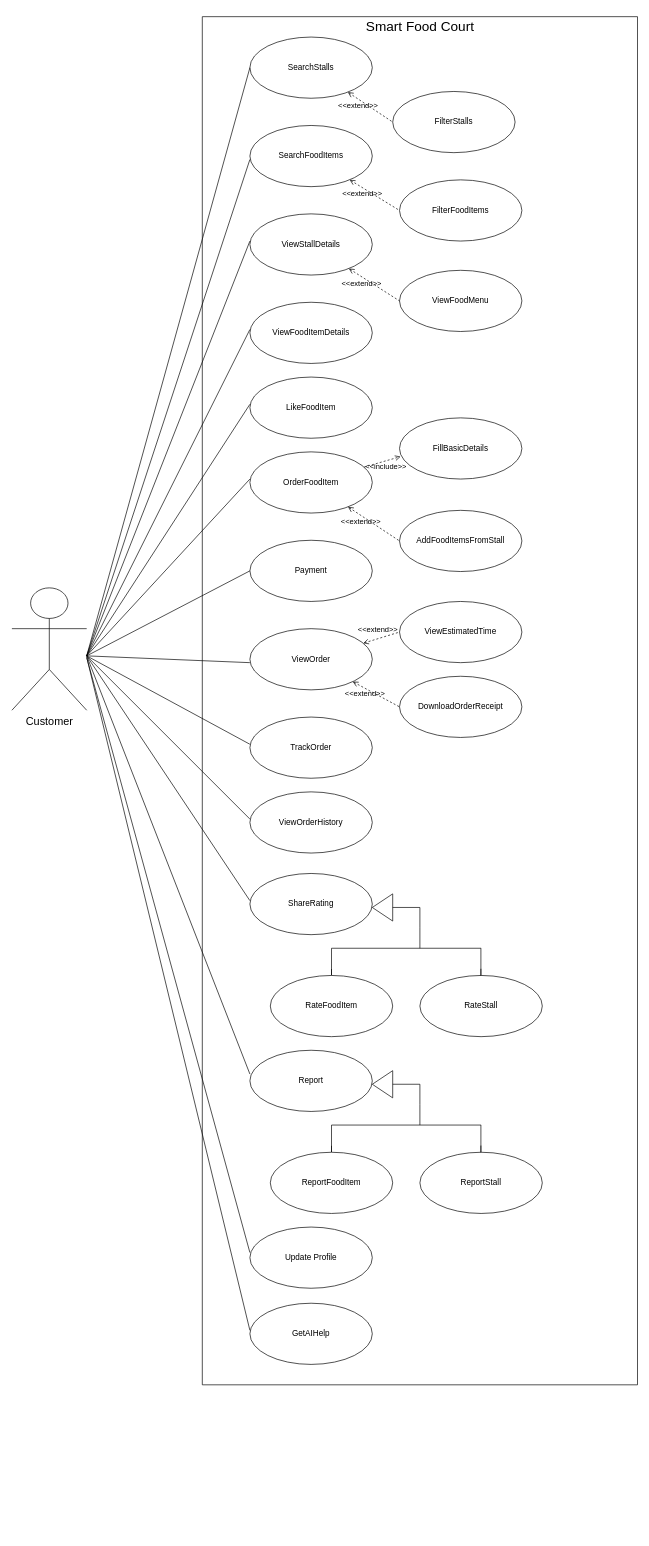
Above: page "Customer-UseCase V2" (2 of 2) of usecase/customer-usecase.drawio in arafatmansuri/SmartFoodCourt-System-Design (draw.io), before the change. Source tidied: cells renumbered, new cells numbered last; positions are measured from the earlier drawing's top-left corner, leaving out a move shared by most shapes. Both pictures are drawn from the tidied source at 68%, with x=0, y=0 at pixel (12, 12).
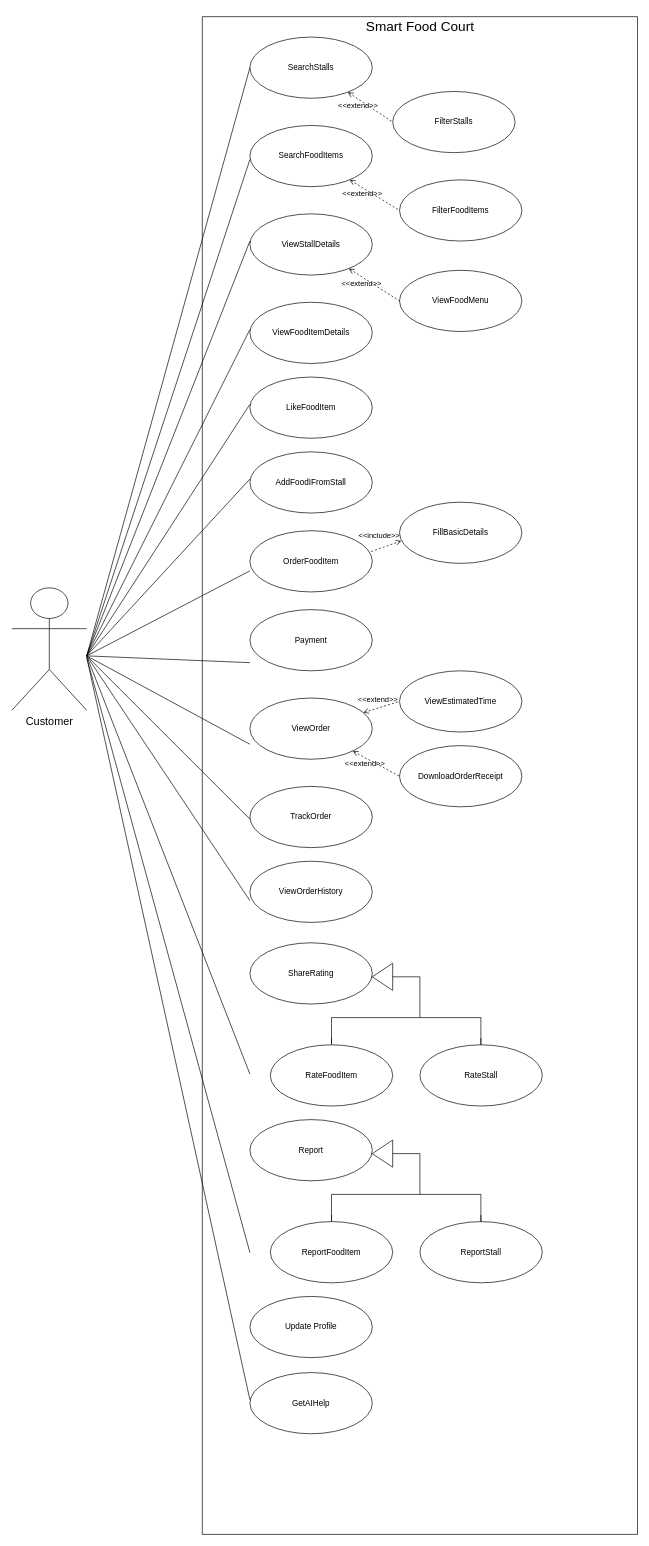
After the change.

What changed in the source:
```diff
@@
-    <mxCell id="13" value="OrderFoodItem" style="ellipse;whiteSpace=wrap;html=1;labelBackgroundColor=none;" parent="1" vertex="1">
+    <mxCell id="13" value="AddFoodIFromStall" style="ellipse;whiteSpace=wrap;html=1;labelBackgroundColor=none;" parent="1" vertex="1">
       <mxGeometry x="350" y="647" width="180" height="90" as="geometry" />
     </mxCell>
-    <mxCell id="14" value="&amp;lt;&amp;lt;extend&amp;gt;&amp;gt;" style="html=1;verticalAlign=bottom;labelBackgroundColor=none;endArrow=none;endFill=0;dashed=1;rounded=0;entryX=0;entryY=0.5;entryDx=0;entryDy=0;fontColor=default;startArrow=open;startFill=0;" parent="1" edge="1" source="13" target="15">
-      <mxGeometry x="-0.26" y="-15" relative="1" as="geometry">
-        <mxPoint x="-1" as="offset" />
-      </mxGeometry>
-    </mxCell>
-    <mxCell id="15" value="AddFoodItemsFromStall" style="ellipse;whiteSpace=wrap;html=1;labelBackgroundColor=none;" parent="1" vertex="1">
-      <mxGeometry x="570" y="733" width="180" height="90" as="geometry" />
-    </mxCell>
+    <mxCell id="26" value="LikeFoodItem" style="ellipse;whiteSpace=wrap;html=1;labelBackgroundColor=none;" parent="1" vertex="1">
+      <mxGeometry x="350" y="537" width="180" height="90" as="geometry" />
+    </mxCell>
+    <mxCell id="47" style="swimlane;startSize=0;labelBackgroundColor=none;" parent="1" vertex="1">
+      <mxGeometry x="280" y="7" width="640" height="2232" as="geometry" />
+    </mxCell>
+    <mxCell id="48" style="endArrow=none;html=1;rounded=0;jumpStyle=none;shadow=0;" parent="47" edge="1">
+      <mxGeometry relative="1" as="geometry">
+        <mxPoint x="-170" y="940" as="sourcePoint" />
+        <mxPoint x="70" y="330" as="targetPoint" />
+      </mxGeometry>
+    </mxCell>
+    <mxCell id="49" style="endArrow=none;html=1;rounded=0;jumpStyle=none;shadow=0;" parent="47" edge="1">
+      <mxGeometry relative="1" as="geometry">
+        <mxPoint x="-170" y="940" as="sourcePoint" />
+        <mxPoint x="70" y="460" as="targetPoint" />
+      </mxGeometry>
+    </mxCell>
+    <mxCell id="50" style="endArrow=none;html=1;rounded=0;jumpStyle=none;shadow=0;" parent="47" edge="1">
+      <mxGeometry relative="1" as="geometry">
+        <mxPoint x="-170" y="940" as="sourcePoint" />
+        <mxPoint x="70" y="680" as="targetPoint" />
+      </mxGeometry>
+    </mxCell>
+    <mxCell id="64" style="group;" parent="47" vertex="1">
+      <mxGeometry x="70" y="872" width="430" height="1212" as="geometry" />
+    </mxCell>
-    <mxCell id="16" value="Payment" style="ellipse;whiteSpace=wrap;html=1;labelBackgroundColor=none;" parent="1" vertex="1">
-      <mxGeometry x="350" y="777" width="180" height="90" as="geometry" />
+    <mxCell id="16" value="Payment" style="ellipse;whiteSpace=wrap;html=1;labelBackgroundColor=none;" parent="64" vertex="1">
+      <mxGeometry width="180" height="90" as="geometry" />
     </mxCell>
-    <mxCell id="17" value="ViewOrder" style="ellipse;whiteSpace=wrap;html=1;labelBackgroundColor=none;" parent="1" vertex="1">
-      <mxGeometry x="350" y="907" width="180" height="90" as="geometry" />
+    <mxCell id="17" value="ViewOrder" style="ellipse;whiteSpace=wrap;html=1;labelBackgroundColor=none;" parent="64" vertex="1">
+      <mxGeometry y="130" width="180" height="90" as="geometry" />
     </mxCell>
-    <mxCell id="18" value="&amp;lt;&amp;lt;extend&amp;gt;&amp;gt;" style="html=1;verticalAlign=bottom;labelBackgroundColor=none;endArrow=none;endFill=0;dashed=1;rounded=0;entryX=0;entryY=0.5;entryDx=0;entryDy=0;fontColor=default;startArrow=open;startFill=0;" parent="1" edge="1" source="17" target="19">
+    <mxCell id="18" value="&amp;lt;&amp;lt;extend&amp;gt;&amp;gt;" style="html=1;verticalAlign=bottom;labelBackgroundColor=none;endArrow=none;endFill=0;dashed=1;rounded=0;entryX=0;entryY=0.5;entryDx=0;entryDy=0;fontColor=default;startArrow=open;startFill=0;" parent="64" edge="1" source="17" target="19">
       <mxGeometry x="-0.26" y="-15" relative="1" as="geometry">
         <mxPoint x="-1" as="offset" />
       </mxGeometry>
     </mxCell>
-    <mxCell id="19" value="DownloadOrderReceipt" style="ellipse;whiteSpace=wrap;html=1;labelBackgroundColor=none;" parent="1" vertex="1">
-      <mxGeometry x="570" y="977" width="180" height="90" as="geometry" />
+    <mxCell id="19" value="DownloadOrderReceipt" style="ellipse;whiteSpace=wrap;html=1;labelBackgroundColor=none;" parent="64" vertex="1">
+      <mxGeometry x="220" y="200" width="180" height="90" as="geometry" />
     </mxCell>
-    <mxCell id="20" value="&amp;lt;&amp;lt;extend&amp;gt;&amp;gt;" style="html=1;verticalAlign=bottom;labelBackgroundColor=none;endArrow=none;endFill=0;dashed=1;rounded=0;entryX=0;entryY=0.5;entryDx=0;entryDy=0;fontColor=default;startArrow=open;startFill=0;" parent="1" edge="1" source="17" target="21">
+    <mxCell id="20" value="&amp;lt;&amp;lt;extend&amp;gt;&amp;gt;" style="html=1;verticalAlign=bottom;labelBackgroundColor=none;endArrow=none;endFill=0;dashed=1;rounded=0;entryX=0;entryY=0.5;entryDx=0;entryDy=0;fontColor=default;startArrow=open;startFill=0;" parent="64" edge="1" source="17" target="21">
       <mxGeometry x="-0.15" y="4" relative="1" as="geometry" />
     </mxCell>
-    <mxCell id="21" value="ViewEstimatedTime" style="ellipse;whiteSpace=wrap;html=1;labelBackgroundColor=none;" parent="1" vertex="1">
-      <mxGeometry x="570" y="867" width="180" height="90" as="geometry" />
+    <mxCell id="21" value="ViewEstimatedTime" style="ellipse;whiteSpace=wrap;html=1;labelBackgroundColor=none;" parent="64" vertex="1">
+      <mxGeometry x="220" y="90" width="180" height="90" as="geometry" />
     </mxCell>
-    <mxCell id="22" value="TrackOrder" style="ellipse;whiteSpace=wrap;html=1;labelBackgroundColor=none;" parent="1" vertex="1">
-      <mxGeometry x="350" y="1037" width="180" height="90" as="geometry" />
+    <mxCell id="22" value="TrackOrder" style="ellipse;whiteSpace=wrap;html=1;labelBackgroundColor=none;" parent="64" vertex="1">
+      <mxGeometry y="260" width="180" height="90" as="geometry" />
     </mxCell>
-    <mxCell id="23" value="ViewOrderHistory" style="ellipse;whiteSpace=wrap;html=1;labelBackgroundColor=none;" parent="1" vertex="1">
-      <mxGeometry x="350" y="1147" width="180" height="90" as="geometry" />
+    <mxCell id="23" value="ViewOrderHistory" style="ellipse;whiteSpace=wrap;html=1;labelBackgroundColor=none;" parent="64" vertex="1">
+      <mxGeometry y="370" width="180" height="90" as="geometry" />
     </mxCell>
-    <mxCell id="24" value="FillBasicDetails" style="ellipse;whiteSpace=wrap;html=1;labelBackgroundColor=none;" parent="1" vertex="1">
-      <mxGeometry x="570" y="597" width="180" height="90" as="geometry" />
-    </mxCell>
-    <mxCell id="25" value="&amp;lt;&amp;lt;include&amp;gt;&amp;gt;" style="html=1;verticalAlign=bottom;labelBackgroundColor=none;endArrow=open;endFill=0;dashed=1;rounded=0;fontColor=default;entryX=0.009;entryY=0.633;entryDx=0;entryDy=0;entryPerimeter=0;" parent="1" edge="1" source="13" target="24">
-      <mxGeometry x="0.02" y="-16" relative="1" as="geometry" />
-    </mxCell>
-    <mxCell id="26" value="LikeFoodItem" style="ellipse;whiteSpace=wrap;html=1;labelBackgroundColor=none;" parent="1" vertex="1">
-      <mxGeometry x="350" y="537" width="180" height="90" as="geometry" />
-    </mxCell>
-    <mxCell id="27" style="group;labelBackgroundColor=none;" parent="1" vertex="1">
-      <mxGeometry x="350" y="1267" width="430" height="240" as="geometry" />
+    <mxCell id="27" style="group;labelBackgroundColor=none;" parent="64" vertex="1">
+      <mxGeometry y="490" width="430" height="240" as="geometry" />
     </mxCell>
@@
-    <mxCell id="37" value="Report" style="ellipse;whiteSpace=wrap;html=1;labelBackgroundColor=none;" parent="1" vertex="1">
-      <mxGeometry x="350" y="1527" width="180" height="90" as="geometry" />
+    <mxCell id="37" value="Report" style="ellipse;whiteSpace=wrap;html=1;labelBackgroundColor=none;" parent="64" vertex="1">
+      <mxGeometry y="750" width="180" height="90" as="geometry" />
     </mxCell>
-    <mxCell id="38" style="triangle;whiteSpace=wrap;html=1;fillColor=none;direction=north;rotation=-90;labelBackgroundColor=none;" parent="1" vertex="1">
-      <mxGeometry x="525" y="1562" width="40" height="30" as="geometry" />
+    <mxCell id="38" style="triangle;whiteSpace=wrap;html=1;fillColor=none;direction=north;rotation=-90;labelBackgroundColor=none;" parent="64" vertex="1">
+      <mxGeometry x="175" y="785" width="40" height="30" as="geometry" />
     </mxCell>
-    <mxCell id="39" style="endArrow=none;html=1;rounded=0;fontColor=default;entryX=0;entryY=0.5;entryDx=0;entryDy=0;labelBackgroundColor=none;" parent="1" edge="1" target="38">
+    <mxCell id="39" style="endArrow=none;html=1;rounded=0;fontColor=default;entryX=0;entryY=0.5;entryDx=0;entryDy=0;labelBackgroundColor=none;" parent="64" edge="1" target="38">
       <mxGeometry relative="1" as="geometry">
-        <mxPoint x="600" y="1577" as="sourcePoint" />
+        <mxPoint x="250" y="800" as="sourcePoint" />
       </mxGeometry>
     </mxCell>
-    <mxCell id="40" style="endArrow=none;html=1;rounded=0;fontColor=default;labelBackgroundColor=none;" parent="1" edge="1">
+    <mxCell id="40" style="endArrow=none;html=1;rounded=0;fontColor=default;labelBackgroundColor=none;" parent="64" edge="1">
       <mxGeometry relative="1" as="geometry">
-        <mxPoint x="600" y="1637" as="sourcePoint" />
-        <mxPoint x="600" y="1577" as="targetPoint" />
+        <mxPoint x="250" y="860" as="sourcePoint" />
+        <mxPoint x="250" y="800" as="targetPoint" />
         <Array as="points">
-          <mxPoint x="600" y="1607" />
+          <mxPoint x="250" y="830" />
         </Array>
       </mxGeometry>
     </mxCell>
-    <mxCell id="41" style="endArrow=none;html=1;rounded=0;fontColor=default;labelBackgroundColor=none;" parent="1" edge="1">
+    <mxCell id="41" style="endArrow=none;html=1;rounded=0;fontColor=default;labelBackgroundColor=none;" parent="64" edge="1">
       <mxGeometry relative="1" as="geometry">
-        <mxPoint x="690" y="1637" as="sourcePoint" />
-        <mxPoint x="470" y="1637" as="targetPoint" />
+        <mxPoint x="340" y="860" as="sourcePoint" />
+        <mxPoint x="120" y="860" as="targetPoint" />
       </mxGeometry>
     </mxCell>
-    <mxCell id="42" style="endArrow=none;html=1;rounded=0;fontColor=default;labelBackgroundColor=none;" parent="1" edge="1">
+    <mxCell id="42" style="endArrow=none;html=1;rounded=0;fontColor=default;labelBackgroundColor=none;" parent="64" edge="1">
       <mxGeometry relative="1" as="geometry">
-        <mxPoint x="470" y="1667" as="sourcePoint" />
-        <mxPoint x="470" y="1637" as="targetPoint" />
+        <mxPoint x="120" y="890" as="sourcePoint" />
+        <mxPoint x="120" y="860" as="targetPoint" />
         <Array as="points">
-          <mxPoint x="470" y="1677" />
-          <mxPoint x="470" y="1667" />
+          <mxPoint x="120" y="900" />
+          <mxPoint x="120" y="890" />
         </Array>
       </mxGeometry>
     </mxCell>
-    <mxCell id="43" value="ReportFoodItem" style="ellipse;whiteSpace=wrap;html=1;labelBackgroundColor=none;rotation=0;direction=west;" parent="1" vertex="1">
-      <mxGeometry x="380" y="1677" width="180" height="90" as="geometry" />
+    <mxCell id="43" value="ReportFoodItem" style="ellipse;whiteSpace=wrap;html=1;labelBackgroundColor=none;rotation=0;direction=west;" parent="64" vertex="1">
+      <mxGeometry x="30" y="900" width="180" height="90" as="geometry" />
     </mxCell>
-    <mxCell id="44" value="ReportStall" style="ellipse;whiteSpace=wrap;html=1;labelBackgroundColor=none;rotation=0;direction=west;" parent="1" vertex="1">
-      <mxGeometry x="600" y="1677" width="180" height="90" as="geometry" />
+    <mxCell id="44" value="ReportStall" style="ellipse;whiteSpace=wrap;html=1;labelBackgroundColor=none;rotation=0;direction=west;" parent="64" vertex="1">
+      <mxGeometry x="250" y="900" width="180" height="90" as="geometry" />
     </mxCell>
-    <mxCell id="45" style="endArrow=none;html=1;rounded=0;fontColor=default;labelBackgroundColor=none;" parent="1" edge="1">
+    <mxCell id="45" style="endArrow=none;html=1;rounded=0;fontColor=default;labelBackgroundColor=none;" parent="64" edge="1">
       <mxGeometry relative="1" as="geometry">
-        <mxPoint x="689.7" y="1667" as="sourcePoint" />
-        <mxPoint x="689.7" y="1637" as="targetPoint" />
+        <mxPoint x="339.7" y="890" as="sourcePoint" />
+        <mxPoint x="339.7" y="860" as="targetPoint" />
         <Array as="points">
-          <mxPoint x="689.7" y="1677" />
-          <mxPoint x="689.7" y="1667" />
+          <mxPoint x="339.7" y="900" />
+          <mxPoint x="339.7" y="890" />
         </Array>
       </mxGeometry>
     </mxCell>
-    <mxCell id="46" value="Update Profile" style="ellipse;whiteSpace=wrap;html=1;labelBackgroundColor=none;" parent="1" vertex="1">
-      <mxGeometry x="350" y="1787" width="180" height="90" as="geometry" />
+    <mxCell id="46" value="Update Profile" style="ellipse;whiteSpace=wrap;html=1;labelBackgroundColor=none;" parent="64" vertex="1">
+      <mxGeometry y="1010" width="180" height="90" as="geometry" />
     </mxCell>
-    <mxCell id="47" style="swimlane;startSize=0;labelBackgroundColor=none;" parent="1" vertex="1">
-      <mxGeometry x="280" y="7" width="640" height="2012" as="geometry" />
-    </mxCell>
-    <mxCell id="48" style="endArrow=none;html=1;rounded=0;jumpStyle=none;shadow=0;" parent="47" edge="1">
-      <mxGeometry relative="1" as="geometry">
-        <mxPoint x="-170" y="940" as="sourcePoint" />
-        <mxPoint x="70" y="330" as="targetPoint" />
-      </mxGeometry>
-    </mxCell>
-    <mxCell id="49" style="endArrow=none;html=1;rounded=0;jumpStyle=none;shadow=0;" parent="47" edge="1">
-      <mxGeometry relative="1" as="geometry">
-        <mxPoint x="-170" y="940" as="sourcePoint" />
-        <mxPoint x="70" y="460" as="targetPoint" />
-      </mxGeometry>
-    </mxCell>
-    <mxCell id="50" style="endArrow=none;html=1;rounded=0;jumpStyle=none;shadow=0;" parent="47" edge="1">
-      <mxGeometry relative="1" as="geometry">
-        <mxPoint x="-170" y="940" as="sourcePoint" />
-        <mxPoint x="70" y="680" as="targetPoint" />
-      </mxGeometry>
-    </mxCell>
-    <mxCell id="51" value="GetAIHelp" style="ellipse;whiteSpace=wrap;html=1;labelBackgroundColor=none;" parent="47" vertex="1">
-      <mxGeometry x="70" y="1892" width="180" height="90" as="geometry" />
+    <mxCell id="51" value="GetAIHelp" style="ellipse;whiteSpace=wrap;html=1;labelBackgroundColor=none;" parent="64" vertex="1">
+      <mxGeometry y="1122" width="180" height="90" as="geometry" />
     </mxCell>
+    <mxCell id="65" value="OrderFoodItem" style="ellipse;whiteSpace=wrap;html=1;labelBackgroundColor=none;" parent="47" vertex="1">
+      <mxGeometry x="70" y="756" width="180" height="90" as="geometry" />
+    </mxCell>
+    <mxCell id="24" value="FillBasicDetails" style="ellipse;whiteSpace=wrap;html=1;labelBackgroundColor=none;" parent="47" vertex="1">
+      <mxGeometry x="290" y="714" width="180" height="90" as="geometry" />
+    </mxCell>
+    <mxCell id="25" value="&amp;lt;&amp;lt;include&amp;gt;&amp;gt;" style="html=1;verticalAlign=bottom;labelBackgroundColor=none;endArrow=open;endFill=0;dashed=1;rounded=0;fontColor=default;entryX=0.015;entryY=0.632;entryDx=0;entryDy=0;entryPerimeter=0;exitX=0.991;exitY=0.34;exitDx=0;exitDy=0;exitPerimeter=0;" parent="47" edge="1" source="65" target="24">
+      <mxGeometry x="-0.33" y="10" relative="1" as="geometry" />
+    </mxCell>
```
